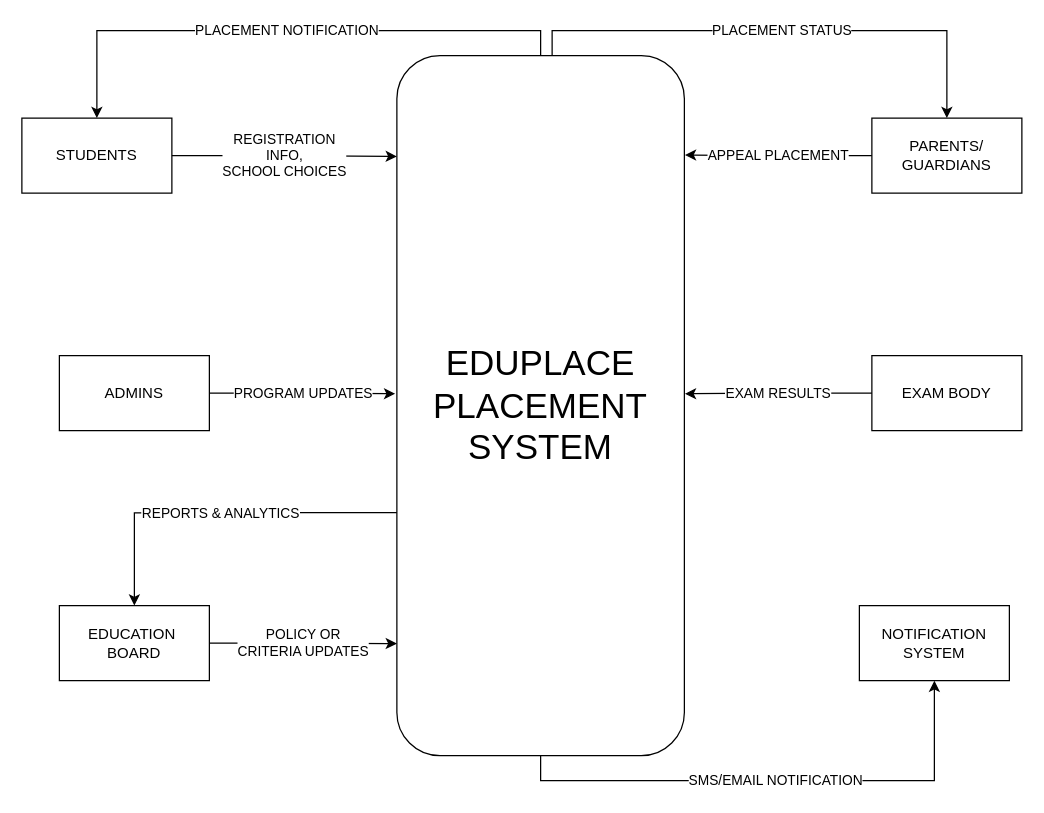
This is EduPlace Context Diagram.drawio from AshongAbdallah06/AshongAbdallah06.github.io, a draw.io file, before an edit. Source tidied: cells renumbered, new cells numbered last; positions are measured from the earlier drawing's top-left corner, leaving out a move shared by most shapes. Both pictures are drawn from the tidied source at 125%, with x=0, y=0 at pixel (21, 55).
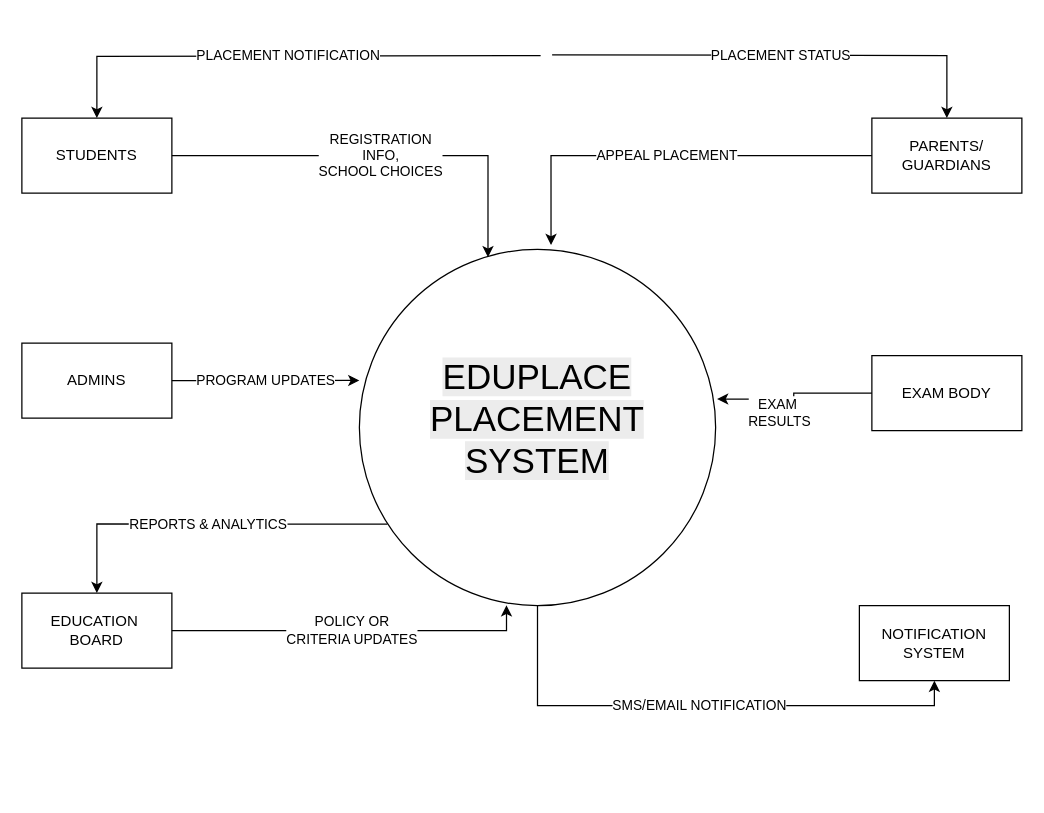
The same page after the edit.

The edit, as a diff of the source:
```diff
@@
 <mxGraphModel>
   <root>
     <mxCell id="0" />
     <mxCell id="1" parent="0" />
     <mxCell id="2" value="STUDENTS" style="rounded=0;whiteSpace=wrap;html=1;" parent="1" vertex="1">
       <mxGeometry y="50" width="120" height="60" as="geometry" />
     </mxCell>
     <mxCell id="3" value="PARENTS/&lt;div&gt;GUARDIANS&lt;/div&gt;" style="rounded=0;whiteSpace=wrap;html=1;" parent="1" vertex="1">
       <mxGeometry x="680" y="50" width="120" height="60" as="geometry" />
     </mxCell>
     <mxCell id="4" value="ADMINS" style="rounded=0;whiteSpace=wrap;html=1;" parent="1" vertex="1">
-      <mxGeometry x="30" y="240" width="120" height="60" as="geometry" />
+      <mxGeometry y="230" width="120" height="60" as="geometry" />
     </mxCell>
     <mxCell id="5" value="EXAM BODY" style="rounded=0;whiteSpace=wrap;html=1;" parent="1" vertex="1">
       <mxGeometry x="680" y="240" width="120" height="60" as="geometry" />
     </mxCell>
     <mxCell id="6" value="EDUCATION&amp;nbsp;&lt;div&gt;BOARD&lt;/div&gt;" style="rounded=0;whiteSpace=wrap;html=1;" parent="1" vertex="1">
-      <mxGeometry x="30" y="440" width="120" height="60" as="geometry" />
+      <mxGeometry y="430" width="120" height="60" as="geometry" />
     </mxCell>
     <mxCell id="7" value="NOTIFICATION SYSTEM" style="rounded=0;whiteSpace=wrap;html=1;" parent="1" vertex="1">
       <mxGeometry x="670" y="440" width="120" height="60" as="geometry" />
     </mxCell>
-    <mxCell id="8" value="PLACEMENT NOTIFICATION" style="edgeStyle=orthogonalEdgeStyle;rounded=0;jettySize=auto;html=1;entryX=0.5;entryY=0;entryDx=0;entryDy=0;exitX=0.5;exitY=0;exitDx=0;exitDy=0;" parent="1" edge="1" source="12" target="2">
-      <mxGeometry relative="1" as="geometry" />
+    <mxCell id="8" value="PLACEMENT NOTIFICATION" style="edgeStyle=orthogonalEdgeStyle;rounded=0;jettySize=auto;html=1;entryX=0.5;entryY=0;entryDx=0;entryDy=0;exitX=0.5;exitY=0;exitDx=0;exitDy=0;" parent="1" edge="1" target="2">
+      <mxGeometry relative="1" as="geometry">
+        <mxPoint x="415" as="sourcePoint" />
+      </mxGeometry>
     </mxCell>
-    <mxCell id="9" value="PLACEMENT STATUS" style="edgeStyle=orthogonalEdgeStyle;rounded=0;jettySize=auto;html=1;entryX=0.5;entryY=0;entryDx=0;entryDy=0;exitX=0.54;exitY=-0.001;exitDx=0;exitDy=0;exitPerimeter=0;" parent="1" edge="1" source="12" target="3">
-      <mxGeometry relative="1" as="geometry" />
+    <mxCell id="9" value="PLACEMENT STATUS" style="edgeStyle=orthogonalEdgeStyle;rounded=0;jettySize=auto;html=1;entryX=0.5;entryY=0;entryDx=0;entryDy=0;exitX=0.54;exitY=-0.001;exitDx=0;exitDy=0;exitPerimeter=0;" parent="1" edge="1" target="3">
+      <mxGeometry relative="1" as="geometry">
+        <mxPoint x="424.2" y="-0.6" as="sourcePoint" />
+      </mxGeometry>
     </mxCell>
-    <mxCell id="10" value="REPORTS &amp;amp; ANALYTICS" style="edgeStyle=orthogonalEdgeStyle;rounded=0;jettySize=auto;html=1;entryX=0.5;entryY=0;entryDx=0;entryDy=0;exitX=0.009;exitY=0.653;exitDx=0;exitDy=0;exitPerimeter=0;" parent="1" edge="1" source="12" target="6">
+    <mxCell id="10" value="REPORTS &amp;amp; ANALYTICS" style="edgeStyle=orthogonalEdgeStyle;rounded=0;jettySize=auto;html=1;entryX=0.5;entryY=0;entryDx=0;entryDy=0;exitX=0.079;exitY=0.771;exitDx=0;exitDy=0;exitPerimeter=0;" parent="1" edge="1" source="12" target="6">
       <mxGeometry relative="1" as="geometry" />
     </mxCell>
     <mxCell id="11" value="SMS/EMAIL NOTIFICATION" style="edgeStyle=orthogonalEdgeStyle;rounded=0;jettySize=auto;html=1;entryX=0.5;entryY=1;entryDx=0;entryDy=0;exitX=0.5;exitY=1;exitDx=0;exitDy=0;" parent="1" edge="1" source="12" target="7">
       <mxGeometry relative="1" as="geometry" />
     </mxCell>
-    <mxCell id="12" value="&lt;font style=&quot;font-size: 28px;&quot;&gt;EDUPLACE PLACEMENT SYSTEM&lt;/font&gt;" style="rounded=1;whiteSpace=wrap;html=1;" parent="1" vertex="1">
-      <mxGeometry x="300" width="230" height="560" as="geometry" />
-    </mxCell>
-    <mxCell id="13" value="REGISTRATION&lt;div&gt;INFO,&lt;/div&gt;&lt;div&gt;SCHOOL CHOICES&lt;/div&gt;" style="edgeStyle=orthogonalEdgeStyle;rounded=0;jettySize=auto;html=1;entryX=0;entryY=0.144;entryDx=0;entryDy=0;entryPerimeter=0;" parent="1" edge="1" source="2" target="12">
+    <mxCell id="13" value="REGISTRATION&lt;div&gt;INFO,&lt;/div&gt;&lt;div&gt;SCHOOL CHOICES&lt;/div&gt;" style="edgeStyle=orthogonalEdgeStyle;rounded=0;jettySize=auto;html=1;entryX=0.361;entryY=0.022;entryDx=0;entryDy=0;entryPerimeter=0;" parent="1" edge="1" source="2" target="12">
       <mxGeometry relative="1" as="geometry" />
     </mxCell>
-    <mxCell id="14" value="PROGRAM UPDATES" style="edgeStyle=orthogonalEdgeStyle;rounded=0;jettySize=auto;html=1;entryX=-0.006;entryY=0.483;entryDx=0;entryDy=0;entryPerimeter=0;" parent="1" edge="1" source="4" target="12">
+    <mxCell id="14" value="PROGRAM UPDATES" style="edgeStyle=orthogonalEdgeStyle;rounded=0;jettySize=auto;html=1;entryX=0;entryY=0.368;entryDx=0;entryDy=0;entryPerimeter=0;" parent="1" edge="1" source="4" target="12">
       <mxGeometry relative="1" as="geometry" />
     </mxCell>
-    <mxCell id="15" value="POLICY OR&lt;div&gt;CRITERIA UPDATES&lt;/div&gt;" style="edgeStyle=orthogonalEdgeStyle;rounded=0;jettySize=auto;html=1;entryX=0;entryY=0.84;entryDx=0;entryDy=0;entryPerimeter=0;" parent="1" edge="1" source="6" target="12">
+    <mxCell id="15" value="POLICY OR&lt;div&gt;CRITERIA UPDATES&lt;/div&gt;" style="edgeStyle=orthogonalEdgeStyle;rounded=0;jettySize=auto;html=1;entryX=0.413;entryY=0.999;entryDx=0;entryDy=0;entryPerimeter=0;" parent="1" edge="1" source="6" target="12">
       <mxGeometry relative="1" as="geometry" />
     </mxCell>
-    <mxCell id="16" value="EXAM RESULTS" style="edgeStyle=orthogonalEdgeStyle;rounded=0;jettySize=auto;html=1;entryX=1.002;entryY=0.483;entryDx=0;entryDy=0;entryPerimeter=0;" parent="1" edge="1" source="5" target="12">
-      <mxGeometry relative="1" as="geometry" />
+    <mxCell id="16" value="EXAM&amp;nbsp;&lt;div&gt;RESULTS&lt;/div&gt;" style="edgeStyle=orthogonalEdgeStyle;rounded=0;jettySize=auto;html=1;entryX=1.004;entryY=0.42;entryDx=0;entryDy=0;entryPerimeter=0;" parent="1" edge="1" source="5" target="12">
+      <mxGeometry x="0.23" y="11" relative="1" as="geometry" />
     </mxCell>
-    <mxCell id="17" value="APPEAL PLACEMENT" style="edgeStyle=orthogonalEdgeStyle;rounded=0;jettySize=auto;html=1;entryX=1.002;entryY=0.142;entryDx=0;entryDy=0;entryPerimeter=0;" parent="1" edge="1" source="3" target="12">
+    <mxCell id="17" value="APPEAL PLACEMENT" style="edgeStyle=orthogonalEdgeStyle;rounded=0;jettySize=auto;html=1;entryX=0.538;entryY=-0.012;entryDx=0;entryDy=0;entryPerimeter=0;" parent="1" edge="1" source="3" target="12">
       <mxGeometry relative="1" as="geometry" />
     </mxCell>
+    <mxCell id="12" value="&#10;&lt;span style=&quot;color: rgb(0, 0, 0); font-family: Helvetica; font-size: 28px; font-style: normal; font-variant-ligatures: normal; font-variant-caps: normal; font-weight: 400; letter-spacing: normal; orphans: 2; text-align: center; text-indent: 0px; text-transform: none; widows: 2; word-spacing: 0px; -webkit-text-stroke-width: 0px; white-space: normal; background-color: rgb(236, 236, 236); text-decoration-thickness: initial; text-decoration-style: initial; text-decoration-color: initial; display: inline !important; float: none;&quot;&gt;EDUPLACE PLACEMENT SYSTEM&lt;/span&gt;&#10;&#10;" style="ellipse;whiteSpace=wrap;html=1;" parent="1" vertex="1">
+      <mxGeometry x="270" y="155" width="285" height="285" as="geometry" />
+    </mxCell>
   </root>
 </mxGraphModel>
```
